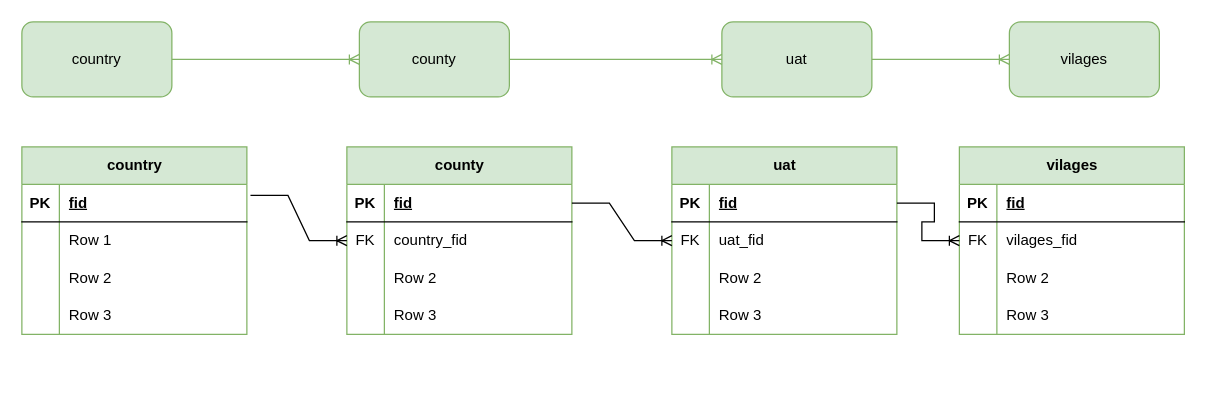
Above: spatial.drawio in cristian19122001/spatial_db1 (draw.io), before the change. Source tidied: cells renumbered, new cells numbered last; positions are measured from the earlier drawing's top-left corner, leaving out a move shared by most shapes. Both pictures are drawn from the tidied source at 125%, with x=0, y=0 at pixel (21, 21).
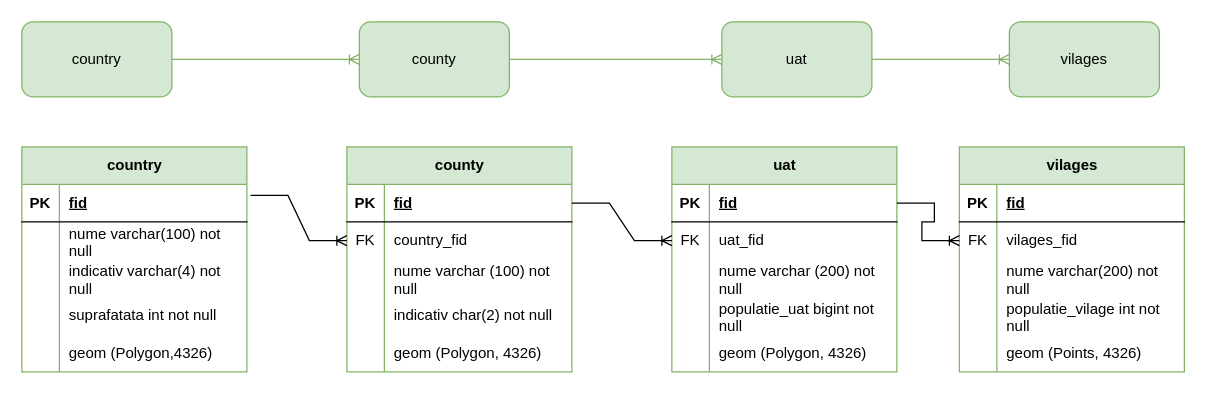
Above is the later version.

The change refers to these unchanged cells:
```xml
<mxCell id="13" style="shape=tableRow;horizontal=0;startSize=0;swimlaneHead=0;swimlaneBody=0;fillColor=none;top=0;left=0;right=0;bottom=0;" parent="9" vertex="1">
  <mxGeometry y="60" width="180" height="30" as="geometry" />
</mxCell>
<mxCell id="16" style="shape=tableRow;horizontal=0;startSize=0;swimlaneHead=0;swimlaneBody=0;fillColor=none;top=0;left=0;right=0;bottom=0;" parent="9" vertex="1">
  <mxGeometry y="90" width="180" height="30" as="geometry" />
</mxCell>
<mxCell id="19" style="shape=tableRow;horizontal=0;startSize=0;swimlaneHead=0;swimlaneBody=0;fillColor=none;top=0;left=0;right=0;bottom=0;" parent="9" vertex="1">
  <mxGeometry y="120" width="180" height="30" as="geometry" />
</mxCell>
<mxCell id="29" style="shape=tableRow;horizontal=0;startSize=0;swimlaneHead=0;swimlaneBody=0;fillColor=none;top=0;left=0;right=0;bottom=0;" parent="22" vertex="1">
  <mxGeometry y="90" width="180" height="30" as="geometry" />
</mxCell>
<mxCell id="32" style="shape=tableRow;horizontal=0;startSize=0;swimlaneHead=0;swimlaneBody=0;fillColor=none;top=0;left=0;right=0;bottom=0;" parent="22" vertex="1">
  <mxGeometry y="120" width="180" height="30" as="geometry" />
</mxCell>
<mxCell id="42" style="shape=tableRow;horizontal=0;startSize=0;swimlaneHead=0;swimlaneBody=0;fillColor=none;top=0;left=0;right=0;bottom=0;" parent="35" vertex="1">
  <mxGeometry y="90" width="180" height="30" as="geometry" />
</mxCell>
<mxCell id="45" style="shape=tableRow;horizontal=0;startSize=0;swimlaneHead=0;swimlaneBody=0;fillColor=none;top=0;left=0;right=0;bottom=0;" parent="35" vertex="1">
  <mxGeometry y="120" width="180" height="30" as="geometry" />
</mxCell>
<mxCell id="55" style="shape=tableRow;horizontal=0;startSize=0;swimlaneHead=0;swimlaneBody=0;fillColor=none;top=0;left=0;right=0;bottom=0;" parent="48" vertex="1">
  <mxGeometry y="90" width="180" height="30" as="geometry" />
</mxCell>
<mxCell id="58" style="shape=tableRow;horizontal=0;startSize=0;swimlaneHead=0;swimlaneBody=0;fillColor=none;top=0;left=0;right=0;bottom=0;" parent="48" vertex="1">
  <mxGeometry y="120" width="180" height="30" as="geometry" />
</mxCell>
```

Change to the diagram source:
```diff
@@
     <mxCell id="9" value="country" style="shape=table;startSize=30;childLayout=tableLayout;rowLines=0;fontStyle=1;align=center;html=1;fillColor=#d5e8d4;strokeColor=#82b366;" parent="1" vertex="1">
-      <mxGeometry y="100" width="180" height="150" as="geometry" />
+      <mxGeometry y="100" width="180" height="180" as="geometry" />
     </mxCell>
@@
-    <mxCell id="15" value="Row 1" style="shape=partialRectangle;fillColor=none;top=0;left=0;bottom=0;right=0;align=left;spacingLeft=6;overflow=hidden;whiteSpace=wrap;html=1;" parent="13" vertex="1">
+    <mxCell id="15" value="nume varchar(100) not null" style="shape=partialRectangle;fillColor=none;top=0;left=0;bottom=0;right=0;align=left;spacingLeft=6;overflow=hidden;whiteSpace=wrap;html=1;" parent="13" vertex="1">
       <mxGeometry x="30" width="150" height="30" as="geometry" />
     </mxCell>
@@
-    <mxCell id="18" value="Row 2" style="shape=partialRectangle;fillColor=none;top=0;left=0;bottom=0;right=0;align=left;spacingLeft=6;overflow=hidden;whiteSpace=wrap;html=1;" parent="16" vertex="1">
+    <mxCell id="18" value="indicativ varchar(4) not null" style="shape=partialRectangle;fillColor=none;top=0;left=0;bottom=0;right=0;align=left;spacingLeft=6;overflow=hidden;whiteSpace=wrap;html=1;" parent="16" vertex="1">
       <mxGeometry x="30" width="150" height="30" as="geometry" />
     </mxCell>
@@
-    <mxCell id="21" value="Row 3" style="shape=partialRectangle;fillColor=none;top=0;left=0;bottom=0;right=0;align=left;spacingLeft=6;overflow=hidden;whiteSpace=wrap;html=1;" parent="19" vertex="1">
+    <mxCell id="21" value="suprafatata int not null&amp;nbsp;" style="shape=partialRectangle;fillColor=none;top=0;left=0;bottom=0;right=0;align=left;spacingLeft=6;overflow=hidden;whiteSpace=wrap;html=1;" parent="19" vertex="1">
       <mxGeometry x="30" width="150" height="30" as="geometry" />
     </mxCell>
+    <mxCell id="64" style="shape=tableRow;horizontal=0;startSize=0;swimlaneHead=0;swimlaneBody=0;fillColor=none;top=0;left=0;right=0;bottom=0;" parent="9" vertex="1">
+      <mxGeometry y="150" width="180" height="30" as="geometry" />
+    </mxCell>
+    <mxCell id="65" style="shape=partialRectangle;fillColor=none;top=0;left=0;bottom=0;right=0;overflow=hidden;whiteSpace=wrap;html=1;" parent="64" vertex="1">
+      <mxGeometry width="30" height="30" as="geometry" />
+    </mxCell>
+    <mxCell id="66" value="geom (Polygon,4326)" style="shape=partialRectangle;fillColor=none;top=0;left=0;bottom=0;right=0;align=left;spacingLeft=6;overflow=hidden;whiteSpace=wrap;html=1;" parent="64" vertex="1">
+      <mxGeometry x="30" width="150" height="30" as="geometry" />
+    </mxCell>
     <mxCell id="22" value="county" style="shape=table;startSize=30;childLayout=tableLayout;rowLines=0;fontStyle=1;align=center;html=1;fillColor=#d5e8d4;strokeColor=#82b366;" parent="1" vertex="1">
-      <mxGeometry x="260" y="100" width="180" height="150" as="geometry" />
+      <mxGeometry x="260" y="100" width="180" height="180" as="geometry" />
     </mxCell>
@@
-    <mxCell id="31" value="Row 2" style="shape=partialRectangle;fillColor=none;top=0;left=0;bottom=0;right=0;align=left;spacingLeft=6;overflow=hidden;whiteSpace=wrap;html=1;" parent="29" vertex="1">
+    <mxCell id="31" value="nume varchar (100) not null" style="shape=partialRectangle;fillColor=none;top=0;left=0;bottom=0;right=0;align=left;spacingLeft=6;overflow=hidden;whiteSpace=wrap;html=1;" parent="29" vertex="1">
       <mxGeometry x="30" width="150" height="30" as="geometry" />
     </mxCell>
@@
-    <mxCell id="34" value="Row 3" style="shape=partialRectangle;fillColor=none;top=0;left=0;bottom=0;right=0;align=left;spacingLeft=6;overflow=hidden;whiteSpace=wrap;html=1;" parent="32" vertex="1">
+    <mxCell id="34" value="indicativ char(2) not null" style="shape=partialRectangle;fillColor=none;top=0;left=0;bottom=0;right=0;align=left;spacingLeft=6;overflow=hidden;whiteSpace=wrap;html=1;" parent="32" vertex="1">
       <mxGeometry x="30" width="150" height="30" as="geometry" />
     </mxCell>
+    <mxCell id="67" style="shape=tableRow;horizontal=0;startSize=0;swimlaneHead=0;swimlaneBody=0;fillColor=none;top=0;left=0;right=0;bottom=0;" parent="22" vertex="1">
+      <mxGeometry y="150" width="180" height="30" as="geometry" />
+    </mxCell>
+    <mxCell id="68" style="shape=partialRectangle;fillColor=none;top=0;left=0;bottom=0;right=0;overflow=hidden;whiteSpace=wrap;html=1;" parent="67" vertex="1">
+      <mxGeometry width="30" height="30" as="geometry" />
+    </mxCell>
+    <mxCell id="69" value="geom (Polygon, 4326)" style="shape=partialRectangle;fillColor=none;top=0;left=0;bottom=0;right=0;align=left;spacingLeft=6;overflow=hidden;whiteSpace=wrap;html=1;" parent="67" vertex="1">
+      <mxGeometry x="30" width="150" height="30" as="geometry" />
+    </mxCell>
     <mxCell id="35" value="uat" style="shape=table;startSize=30;childLayout=tableLayout;rowLines=0;fontStyle=1;align=center;html=1;fillColor=#d5e8d4;strokeColor=#82b366;" parent="1" vertex="1">
-      <mxGeometry x="520" y="100" width="180" height="150" as="geometry" />
+      <mxGeometry x="520" y="100" width="180" height="180" as="geometry" />
     </mxCell>
@@
-    <mxCell id="44" value="Row 2" style="shape=partialRectangle;fillColor=none;top=0;left=0;bottom=0;right=0;align=left;spacingLeft=6;overflow=hidden;whiteSpace=wrap;html=1;" parent="42" vertex="1">
+    <mxCell id="44" value="nume varchar (200) not null" style="shape=partialRectangle;fillColor=none;top=0;left=0;bottom=0;right=0;align=left;spacingLeft=6;overflow=hidden;whiteSpace=wrap;html=1;" parent="42" vertex="1">
       <mxGeometry x="30" width="150" height="30" as="geometry" />
     </mxCell>
@@
-    <mxCell id="47" value="Row 3" style="shape=partialRectangle;fillColor=none;top=0;left=0;bottom=0;right=0;align=left;spacingLeft=6;overflow=hidden;whiteSpace=wrap;html=1;" parent="45" vertex="1">
+    <mxCell id="47" value="populatie_uat bigint not null" style="shape=partialRectangle;fillColor=none;top=0;left=0;bottom=0;right=0;align=left;spacingLeft=6;overflow=hidden;whiteSpace=wrap;html=1;" parent="45" vertex="1">
       <mxGeometry x="30" width="150" height="30" as="geometry" />
     </mxCell>
+    <mxCell id="70" style="shape=tableRow;horizontal=0;startSize=0;swimlaneHead=0;swimlaneBody=0;fillColor=none;top=0;left=0;right=0;bottom=0;" parent="35" vertex="1">
+      <mxGeometry y="150" width="180" height="30" as="geometry" />
+    </mxCell>
+    <mxCell id="71" style="shape=partialRectangle;fillColor=none;top=0;left=0;bottom=0;right=0;overflow=hidden;whiteSpace=wrap;html=1;" parent="70" vertex="1">
+      <mxGeometry width="30" height="30" as="geometry" />
+    </mxCell>
+    <mxCell id="72" value="geom (Polygon, 4326)" style="shape=partialRectangle;fillColor=none;top=0;left=0;bottom=0;right=0;align=left;spacingLeft=6;overflow=hidden;whiteSpace=wrap;html=1;" parent="70" vertex="1">
+      <mxGeometry x="30" width="150" height="30" as="geometry" />
+    </mxCell>
     <mxCell id="48" value="vilages" style="shape=table;startSize=30;childLayout=tableLayout;rowLines=0;fontStyle=1;align=center;html=1;fillColor=#d5e8d4;strokeColor=#82b366;" parent="1" vertex="1">
-      <mxGeometry x="750" y="100" width="180" height="150" as="geometry" />
+      <mxGeometry x="750" y="100" width="180" height="180" as="geometry" />
     </mxCell>
@@
-    <mxCell id="57" value="Row 2" style="shape=partialRectangle;fillColor=none;top=0;left=0;bottom=0;right=0;align=left;spacingLeft=6;overflow=hidden;whiteSpace=wrap;html=1;" parent="55" vertex="1">
+    <mxCell id="57" value="nume varchar(200) not null" style="shape=partialRectangle;fillColor=none;top=0;left=0;bottom=0;right=0;align=left;spacingLeft=6;overflow=hidden;whiteSpace=wrap;html=1;" parent="55" vertex="1">
       <mxGeometry x="30" width="150" height="30" as="geometry" />
     </mxCell>
@@
-    <mxCell id="60" value="Row 3" style="shape=partialRectangle;fillColor=none;top=0;left=0;bottom=0;right=0;align=left;spacingLeft=6;overflow=hidden;whiteSpace=wrap;html=1;" parent="58" vertex="1">
+    <mxCell id="60" value="populatie_vilage int not null" style="shape=partialRectangle;fillColor=none;top=0;left=0;bottom=0;right=0;align=left;spacingLeft=6;overflow=hidden;whiteSpace=wrap;html=1;" parent="58" vertex="1">
       <mxGeometry x="30" width="150" height="30" as="geometry" />
     </mxCell>
+    <mxCell id="73" style="shape=tableRow;horizontal=0;startSize=0;swimlaneHead=0;swimlaneBody=0;fillColor=none;top=0;left=0;right=0;bottom=0;" parent="48" vertex="1">
+      <mxGeometry y="150" width="180" height="30" as="geometry" />
+    </mxCell>
+    <mxCell id="74" style="shape=partialRectangle;fillColor=none;top=0;left=0;bottom=0;right=0;overflow=hidden;whiteSpace=wrap;html=1;" parent="73" vertex="1">
+      <mxGeometry width="30" height="30" as="geometry" />
+    </mxCell>
+    <mxCell id="75" value="geom (Points, 4326)" style="shape=partialRectangle;fillColor=none;top=0;left=0;bottom=0;right=0;align=left;spacingLeft=6;overflow=hidden;whiteSpace=wrap;html=1;" parent="73" vertex="1">
+      <mxGeometry x="30" width="150" height="30" as="geometry" />
+    </mxCell>
```
